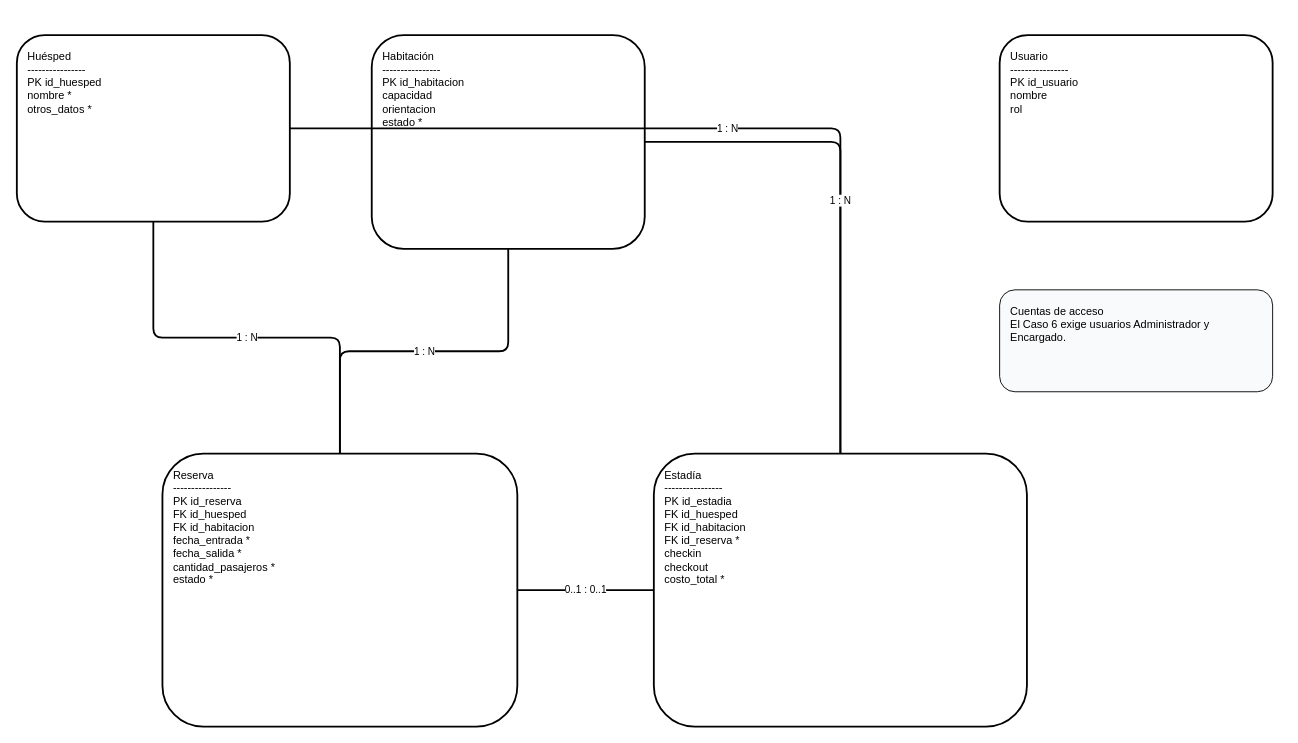
Yutre3/diego keeps this draw.io diagram as diagramas-editables/03-modelo-base-datos.drawio. Above is the earlier version. Source tidied: cells renumbered, new cells numbered last; positions are measured from the earlier drawing's top-left corner, leaving out a move shared by most shapes. Both pictures are drawn from the tidied source at 91%, with x=0, y=0 at pixel (16, 35).
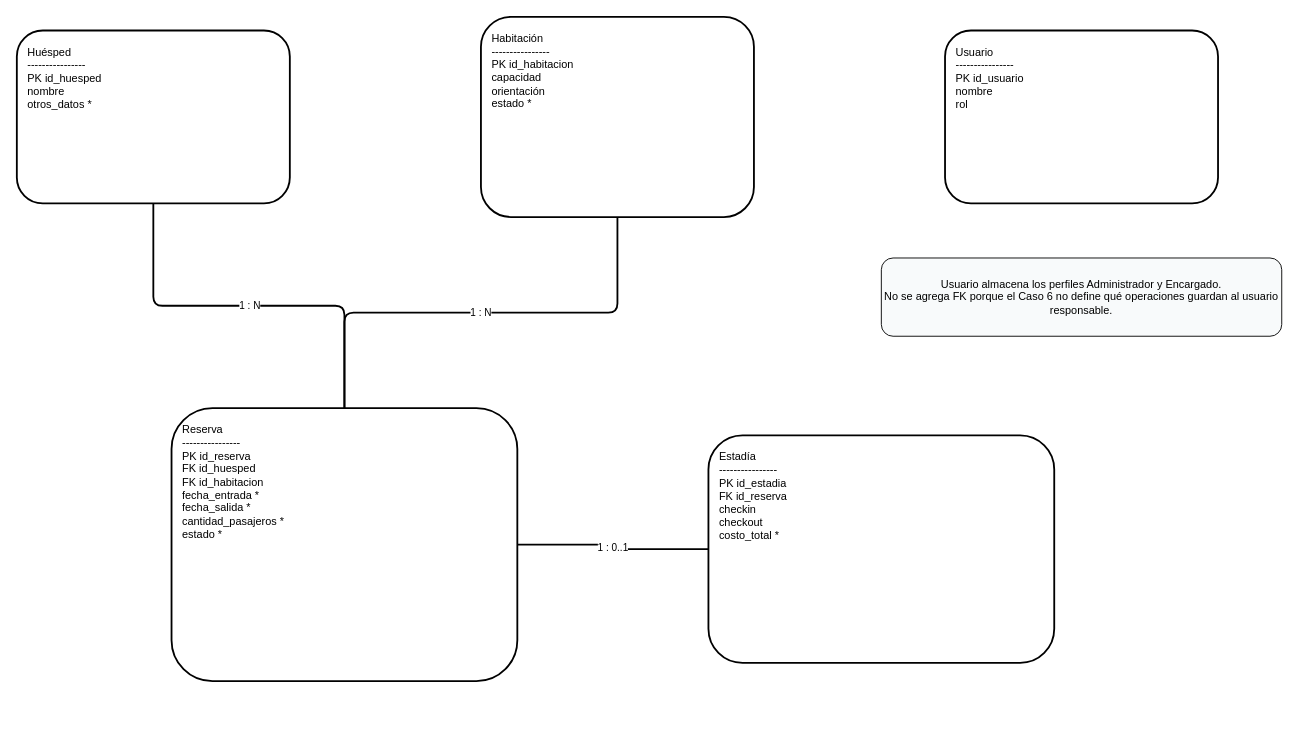
The same diagram, later.

Commit message:
Actualizar fuente editable del modelo de datos

What changed in the source:
```diff
@@
 <mxGraphModel>
   <root>
     <mxCell id="0" />
     <mxCell id="1" parent="0" />
-    <mxCell id="2" value="Huésped&#10;----------------&#10;PK id_huesped&#10;nombre *&#10;otros_datos *" style="rounded=1;whiteSpace=wrap;html=1;strokeWidth=2;align=left;verticalAlign=top;spacing=12;" parent="1" vertex="1">
-      <mxGeometry width="300" height="205" as="geometry" />
+    <mxCell id="2" value="Huésped&#10;----------------&#10;PK id_huesped&#10;nombre&#10;otros_datos *" style="rounded=1;whiteSpace=wrap;html=1;strokeWidth=2;align=left;verticalAlign=top;spacing=12;" parent="1" vertex="1">
+      <mxGeometry y="-5" width="300" height="190" as="geometry" />
     </mxCell>
-    <mxCell id="3" value="Habitación&#10;----------------&#10;PK id_habitacion&#10;capacidad&#10;orientacion&#10;estado *" style="rounded=1;whiteSpace=wrap;html=1;strokeWidth=2;align=left;verticalAlign=top;spacing=12;" parent="1" vertex="1">
-      <mxGeometry x="390" width="300" height="235" as="geometry" />
+    <mxCell id="3" value="Habitación&#10;----------------&#10;PK id_habitacion&#10;capacidad&#10;orientación&#10;estado *" style="rounded=1;whiteSpace=wrap;html=1;strokeWidth=2;align=left;verticalAlign=top;spacing=12;" parent="1" vertex="1">
+      <mxGeometry x="510" y="-20" width="300" height="220" as="geometry" />
     </mxCell>
     <mxCell id="4" value="Usuario&#10;----------------&#10;PK id_usuario&#10;nombre&#10;rol" style="rounded=1;whiteSpace=wrap;html=1;strokeWidth=2;align=left;verticalAlign=top;spacing=12;" parent="1" vertex="1">
-      <mxGeometry x="1080" width="300" height="205" as="geometry" />
+      <mxGeometry x="1020" y="-5" width="300" height="190" as="geometry" />
     </mxCell>
     <mxCell id="5" value="Reserva&#10;----------------&#10;PK id_reserva&#10;FK id_huesped&#10;FK id_habitacion&#10;fecha_entrada *&#10;fecha_salida *&#10;cantidad_pasajeros *&#10;estado *" style="rounded=1;whiteSpace=wrap;html=1;strokeWidth=2;align=left;verticalAlign=top;spacing=12;" parent="1" vertex="1">
-      <mxGeometry x="160" y="460" width="390" height="300" as="geometry" />
+      <mxGeometry x="170" y="410" width="380" height="300" as="geometry" />
     </mxCell>
-    <mxCell id="6" value="Estadía&#10;----------------&#10;PK id_estadia&#10;FK id_huesped&#10;FK id_habitacion&#10;FK id_reserva *&#10;checkin&#10;checkout&#10;costo_total *" style="rounded=1;whiteSpace=wrap;html=1;strokeWidth=2;align=left;verticalAlign=top;spacing=12;" parent="1" vertex="1">
-      <mxGeometry x="700" y="460" width="410" height="300" as="geometry" />
+    <mxCell id="6" value="Estadía&#10;----------------&#10;PK id_estadia&#10;FK id_reserva&#10;checkin&#10;checkout&#10;costo_total *" style="rounded=1;whiteSpace=wrap;html=1;strokeWidth=2;align=left;verticalAlign=top;spacing=12;" parent="1" vertex="1">
+      <mxGeometry x="760" y="440" width="380" height="250" as="geometry" />
     </mxCell>
     <mxCell id="7" value="1 : N" style="edgeStyle=orthogonalEdgeStyle;endArrow=none;html=1;strokeWidth=2;" parent="1" edge="1" source="2" target="5">
       <mxGeometry relative="1" as="geometry" />
     </mxCell>
     <mxCell id="8" value="1 : N" style="edgeStyle=orthogonalEdgeStyle;endArrow=none;html=1;strokeWidth=2;" parent="1" edge="1" source="3" target="5">
       <mxGeometry relative="1" as="geometry" />
     </mxCell>
-    <mxCell id="9" value="1 : N" style="edgeStyle=orthogonalEdgeStyle;endArrow=none;html=1;strokeWidth=2;" parent="1" edge="1" source="2" target="6">
+    <mxCell id="9" value="1 : 0..1" style="edgeStyle=orthogonalEdgeStyle;endArrow=none;html=1;strokeWidth=2;" parent="1" edge="1" source="5" target="6">
       <mxGeometry relative="1" as="geometry" />
     </mxCell>
-    <mxCell id="10" value="1 : N" style="edgeStyle=orthogonalEdgeStyle;endArrow=none;html=1;strokeWidth=2;" parent="1" edge="1" source="3" target="6">
-      <mxGeometry relative="1" as="geometry" />
-    </mxCell>
-    <mxCell id="11" value="0..1 : 0..1" style="edgeStyle=orthogonalEdgeStyle;endArrow=none;html=1;strokeWidth=2;" parent="1" edge="1" source="5" target="6">
-      <mxGeometry relative="1" as="geometry" />
-    </mxCell>
-    <mxCell id="12" value="Cuentas de acceso&#10;El Caso 6 exige usuarios Administrador y Encargado." style="rounded=1;whiteSpace=wrap;html=1;strokeWidth=1;fillColor=#f8fafb;align=left;verticalAlign=top;spacing=12;" parent="1" vertex="1">
-      <mxGeometry x="1080" y="280" width="300" height="112" as="geometry" />
+    <mxCell id="12" value="Usuario almacena los perfiles Administrador y Encargado.&#10;No se agrega FK porque el Caso 6 no define qué operaciones guardan al usuario responsable." style="rounded=1;whiteSpace=wrap;html=1;strokeWidth=1;fillColor=#f8fafb;" parent="1" vertex="1">
+      <mxGeometry x="950" y="245" width="440" height="86" as="geometry" />
     </mxCell>
   </root>
 </mxGraphModel>
```
